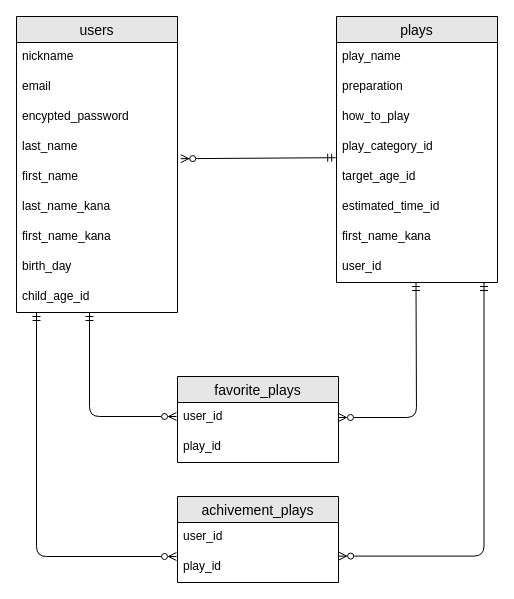
Earlier version of the draw.io diagram ER.dio (toyolife881/asobin). Source tidied: cells renumbered, new cells numbered last; positions are measured from the earlier drawing's top-left corner, leaving out a move shared by most shapes. Both pictures are drawn from the tidied source at 100%, with x=0, y=0 at pixel (16, 16).
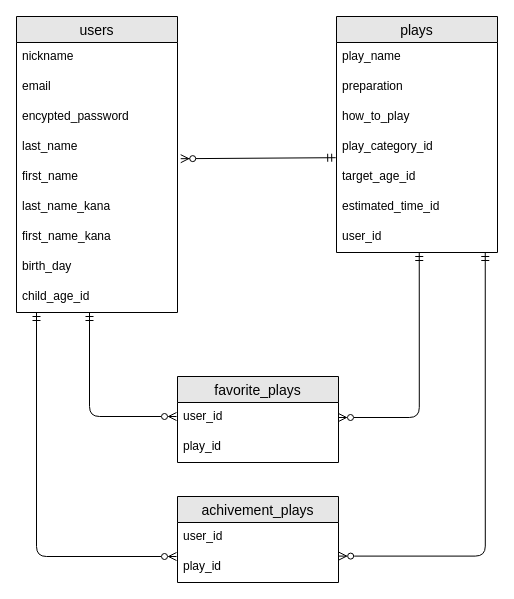
The same diagram, later.

Unchanged cells that the change refers to:
```xml
<mxCell id="23" value="user_id" style="text;strokeColor=none;fillColor=none;spacingLeft=4;spacingRight=4;overflow=hidden;points=[[0,0.5],[1,0.5]];portConstraint=eastwest;fontSize=12;" parent="22" vertex="1">
  <mxGeometry y="26" width="161" height="30" as="geometry" />
</mxCell>
<mxCell id="29" value="play_id" style="text;strokeColor=none;fillColor=none;spacingLeft=4;spacingRight=4;overflow=hidden;points=[[0,0.5],[1,0.5]];portConstraint=eastwest;fontSize=12;" parent="27" vertex="1">
  <mxGeometry y="56" width="161" height="30" as="geometry" />
</mxCell>
```

The edit, as a diff of the source:
```diff
@@
     <mxCell id="12" value="plays" style="swimlane;fontStyle=0;horizontal=1;startSize=26;align=center;fontSize=14;fillColor=#E6E6E6;" parent="1" vertex="1">
-      <mxGeometry x="320" width="161" height="266" as="geometry" />
+      <mxGeometry x="320" width="161" height="236" as="geometry" />
     </mxCell>
@@
-    <mxCell id="19" value="first_name_kana" style="text;strokeColor=none;fillColor=none;spacingLeft=4;spacingRight=4;overflow=hidden;fontSize=12;" parent="12" vertex="1">
-      <mxGeometry y="206" width="161" height="30" as="geometry" />
-    </mxCell>
     <mxCell id="20" value="user_id" style="text;strokeColor=none;fillColor=none;spacingLeft=4;spacingRight=4;overflow=hidden;points=[[0,0.5],[1,0.5]];portConstraint=eastwest;fontSize=12;" parent="12" vertex="1">
-      <mxGeometry y="236" width="161" height="30" as="geometry" />
+      <mxGeometry y="206" width="161" height="30" as="geometry" />
     </mxCell>
@@
-    <mxCell id="25" style="edgeStyle=orthogonalEdgeStyle;fontSize=12;html=1;endArrow=ERmandOne;startArrow=ERzeroToMany;entryX=0.5;entryY=1;entryDx=0;entryDy=0;startFill=0;exitX=1;exitY=0.5;exitDx=0;exitDy=0;" parent="1" edge="1" source="23">
-      <mxGeometry relative="1" as="geometry">
-        <mxPoint x="399.5" y="266" as="targetPoint" />
-      </mxGeometry>
+    <mxCell id="25" style="edgeStyle=orthogonalEdgeStyle;fontSize=12;html=1;endArrow=ERmandOne;startArrow=ERzeroToMany;startFill=0;exitX=1;exitY=0.5;exitDx=0;exitDy=0;entryX=0.514;entryY=1;entryDx=0;entryDy=0;entryPerimeter=0;" parent="1" edge="1" source="23" target="20">
+      <mxGeometry relative="1" as="geometry" />
     </mxCell>
@@
-    <mxCell id="31" style="edgeStyle=orthogonalEdgeStyle;fontSize=12;html=1;endArrow=ERmandOne;startArrow=ERzeroToMany;entryX=0.5;entryY=1;entryDx=0;entryDy=0;startFill=0;exitX=1.001;exitY=0.12;exitDx=0;exitDy=0;exitPerimeter=0;" parent="1" edge="1" source="29">
+    <mxCell id="31" style="edgeStyle=orthogonalEdgeStyle;fontSize=12;html=1;endArrow=ERmandOne;startArrow=ERzeroToMany;entryX=0.924;entryY=1;entryDx=0;entryDy=0;startFill=0;exitX=1.001;exitY=0.12;exitDx=0;exitDy=0;exitPerimeter=0;entryPerimeter=0;" parent="1" edge="1" source="29" target="20">
       <mxGeometry relative="1" as="geometry">
-        <mxPoint x="467.5" y="266" as="targetPoint" />
         <Array as="points">
-          <mxPoint x="468" y="540" />
+          <mxPoint x="469" y="540" />
         </Array>
       </mxGeometry>
     </mxCell>
```
